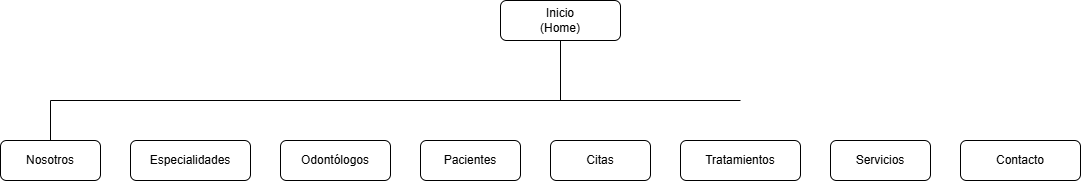
Before: sistema web.drawio.png, a diagram exported from draw.io (IngridCruzY/sistema-web-cl-nica-odont-loga). Source tidied: cells renumbered, new cells last; positions are measured from the earlier drawing's top-left corner, leaving out a move shared by most shapes.
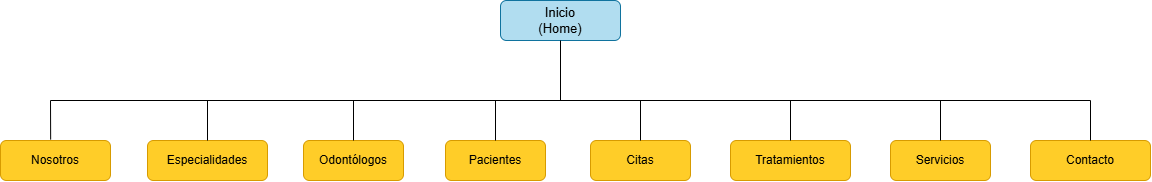
Later version of the same file.

What changed in the source:
```diff
@@ -2,7 +2,7 @@
   <root>
     <mxCell id="0" />
     <mxCell id="1" parent="0" />
-    <mxCell id="2" value="Inicio&lt;br&gt;(Home)" style="rounded=1;whiteSpace=wrap;html=1;" parent="1" vertex="1">
+    <mxCell id="2" value="Inicio&lt;br&gt;(Home)" style="rounded=1;whiteSpace=wrap;html=1;fillColor=light-dark(#B1DDF0,#28A2FF);strokeColor=light-dark(#10739e, #053e57);fontSize=13;fontColor=light-dark(#000000,#000000);" parent="1" vertex="1">
       <mxGeometry x="500" width="120" height="40" as="geometry" />
     </mxCell>
     <mxCell id="3" style="endArrow=none;html=1;rounded=0;entryX=0.5;entryY=1;entryDx=0;entryDy=0;" parent="1" edge="1" target="2">
@@ -10,40 +10,75 @@
         <mxPoint x="560" y="100" as="sourcePoint" />
       </mxGeometry>
     </mxCell>
-    <mxCell id="4" style="endArrow=none;html=1;rounded=0;" parent="1" edge="1">
+    <mxCell id="4" style="endArrow=none;html=1;rounded=0;strokeColor=light-dark(#000000,#FFFFFF);" parent="1" edge="1">
       <mxGeometry relative="1" as="geometry">
         <mxPoint x="50" y="100" as="sourcePoint" />
-        <mxPoint x="740" y="100" as="targetPoint" />
+        <mxPoint x="1090" y="100" as="targetPoint" />
       </mxGeometry>
     </mxCell>
-    <mxCell id="5" value="Nosotros" style="rounded=1;whiteSpace=wrap;html=1;" parent="1" vertex="1">
-      <mxGeometry y="140" width="100" height="40" as="geometry" />
+    <mxCell id="5" value="Nosotros" style="rounded=1;whiteSpace=wrap;html=1;fillColor=light-dark(#FFCD28,#33FFFF);gradientColor=none;strokeColor=light-dark(#d79b00, #95d4f3);fontColor=light-dark(#000000,#000000);" parent="1" vertex="1">
+      <mxGeometry y="140" width="110" height="40" as="geometry" />
     </mxCell>
-    <mxCell id="6" value="Especialidades" style="rounded=1;whiteSpace=wrap;html=1;" parent="1" vertex="1">
-      <mxGeometry x="130" y="140" width="120" height="40" as="geometry" />
+    <mxCell id="6" value="Especialidades" style="rounded=1;whiteSpace=wrap;html=1;fillColor=light-dark(#FFCD28,#33FFFF);gradientColor=none;strokeColor=light-dark(#d79b00, #95d4f3);fontColor=light-dark(#000000,#000000);" parent="1" vertex="1">
+      <mxGeometry x="147" y="140" width="120" height="40" as="geometry" />
     </mxCell>
-    <mxCell id="7" value="Odontólogos" style="rounded=1;whiteSpace=wrap;html=1;" parent="1" vertex="1">
-      <mxGeometry x="280" y="140" width="110" height="40" as="geometry" />
+    <mxCell id="7" value="Odontólogos" style="rounded=1;whiteSpace=wrap;html=1;fillColor=light-dark(#FFCD28,#33FFFF);gradientColor=none;strokeColor=light-dark(#d79b00, #95d4f3);fontColor=light-dark(#000000,#000000);" parent="1" vertex="1">
+      <mxGeometry x="303" y="140" width="100" height="40" as="geometry" />
     </mxCell>
-    <mxCell id="8" value="Pacientes" style="rounded=1;whiteSpace=wrap;html=1;" parent="1" vertex="1">
-      <mxGeometry x="420" y="140" width="100" height="40" as="geometry" />
+    <mxCell id="8" value="Pacientes" style="rounded=1;whiteSpace=wrap;html=1;fillColor=light-dark(#FFCD28,#33FFFF);gradientColor=none;strokeColor=light-dark(#d79b00, #95d4f3);fontColor=light-dark(#000000,#000000);" parent="1" vertex="1">
+      <mxGeometry x="445" y="140" width="100" height="40" as="geometry" />
     </mxCell>
-    <mxCell id="9" value="Citas" style="rounded=1;whiteSpace=wrap;html=1;" parent="1" vertex="1">
-      <mxGeometry x="550" y="140" width="100" height="40" as="geometry" />
+    <mxCell id="9" value="Citas" style="rounded=1;whiteSpace=wrap;html=1;fillColor=light-dark(#FFCD28,#33FFFF);gradientColor=none;strokeColor=light-dark(#d79b00, #95d4f3);fontColor=light-dark(#000000,#000000);" parent="1" vertex="1">
+      <mxGeometry x="590" y="140" width="100" height="40" as="geometry" />
     </mxCell>
-    <mxCell id="10" value="Tratamientos" style="rounded=1;whiteSpace=wrap;html=1;" parent="1" vertex="1">
-      <mxGeometry x="680" y="140" width="120" height="40" as="geometry" />
+    <mxCell id="10" value="Tratamientos" style="rounded=1;whiteSpace=wrap;html=1;fillColor=light-dark(#FFCD28,#33FFFF);gradientColor=none;strokeColor=light-dark(#d79b00, #95d4f3);fontColor=light-dark(#000000,#000000);" parent="1" vertex="1">
+      <mxGeometry x="730" y="140" width="120" height="40" as="geometry" />
     </mxCell>
-    <mxCell id="11" value="Servicios" style="rounded=1;whiteSpace=wrap;html=1;" parent="1" vertex="1">
-      <mxGeometry x="830" y="140" width="100" height="40" as="geometry" />
+    <mxCell id="11" value="Servicios" style="rounded=1;whiteSpace=wrap;html=1;fillColor=light-dark(#FFCD28,#33FFFF);gradientColor=none;strokeColor=light-dark(#d79b00, #95d4f3);fontColor=light-dark(#000000,#000000);" parent="1" vertex="1">
+      <mxGeometry x="890" y="140" width="100" height="40" as="geometry" />
     </mxCell>
-    <mxCell id="12" value="Contacto" style="rounded=1;whiteSpace=wrap;html=1;" parent="1" vertex="1">
-      <mxGeometry x="960" y="140" width="120" height="40" as="geometry" />
+    <mxCell id="12" value="Contacto" style="rounded=1;whiteSpace=wrap;html=1;fillColor=light-dark(#FFCD28,#33FFFF);gradientColor=none;strokeColor=light-dark(#d79b00, #95d4f3);fontColor=light-dark(#000000,#000000);" parent="1" vertex="1">
+      <mxGeometry x="1030" y="140" width="120" height="40" as="geometry" />
     </mxCell>
-    <mxCell id="13" style="endArrow=none;html=1;rounded=0;exitX=0.5;exitY=0;exitDx=0;exitDy=0;" parent="1" edge="1" source="5">
+    <mxCell id="13" style="endArrow=none;html=1;rounded=0;exitX=0.456;exitY=-0.024;exitDx=0;exitDy=0;exitPerimeter=0;" parent="1" edge="1" source="5">
       <mxGeometry relative="1" as="geometry">
         <mxPoint x="50" y="100" as="targetPoint" />
       </mxGeometry>
     </mxCell>
+    <mxCell id="14" style="endArrow=none;html=1;rounded=0;exitX=0.5;exitY=0;exitDx=0;exitDy=0;" parent="1" edge="1" source="12">
+      <mxGeometry relative="1" as="geometry">
+        <mxPoint x="1090" y="100" as="targetPoint" />
+      </mxGeometry>
+    </mxCell>
+    <mxCell id="15" style="endArrow=none;html=1;rounded=0;exitX=0.5;exitY=0;exitDx=0;exitDy=0;" parent="1" edge="1" source="6">
+      <mxGeometry relative="1" as="geometry">
+        <mxPoint x="207" y="100" as="targetPoint" />
+      </mxGeometry>
+    </mxCell>
+    <mxCell id="16" style="endArrow=none;html=1;rounded=0;exitX=0.5;exitY=0;exitDx=0;exitDy=0;" parent="1" edge="1" source="7">
+      <mxGeometry relative="1" as="geometry">
+        <mxPoint x="353" y="100" as="targetPoint" />
+      </mxGeometry>
+    </mxCell>
+    <mxCell id="17" style="endArrow=none;html=1;rounded=0;exitX=0.5;exitY=0;exitDx=0;exitDy=0;" parent="1" edge="1" source="8">
+      <mxGeometry relative="1" as="geometry">
+        <mxPoint x="495" y="100" as="targetPoint" />
+      </mxGeometry>
+    </mxCell>
+    <mxCell id="18" style="endArrow=none;html=1;rounded=0;exitX=0.5;exitY=0;exitDx=0;exitDy=0;" parent="1" edge="1" source="9">
+      <mxGeometry relative="1" as="geometry">
+        <mxPoint x="640" y="100" as="targetPoint" />
+      </mxGeometry>
+    </mxCell>
+    <mxCell id="19" style="endArrow=none;html=1;rounded=0;" parent="1" edge="1" source="10">
+      <mxGeometry relative="1" as="geometry">
+        <mxPoint x="790" y="100" as="targetPoint" />
+      </mxGeometry>
+    </mxCell>
+    <mxCell id="20" style="endArrow=none;html=1;rounded=0;" parent="1" edge="1" source="11">
+      <mxGeometry relative="1" as="geometry">
+        <mxPoint x="940" y="100" as="targetPoint" />
+      </mxGeometry>
+    </mxCell>
   </root>
 </mxGraphModel>
```
